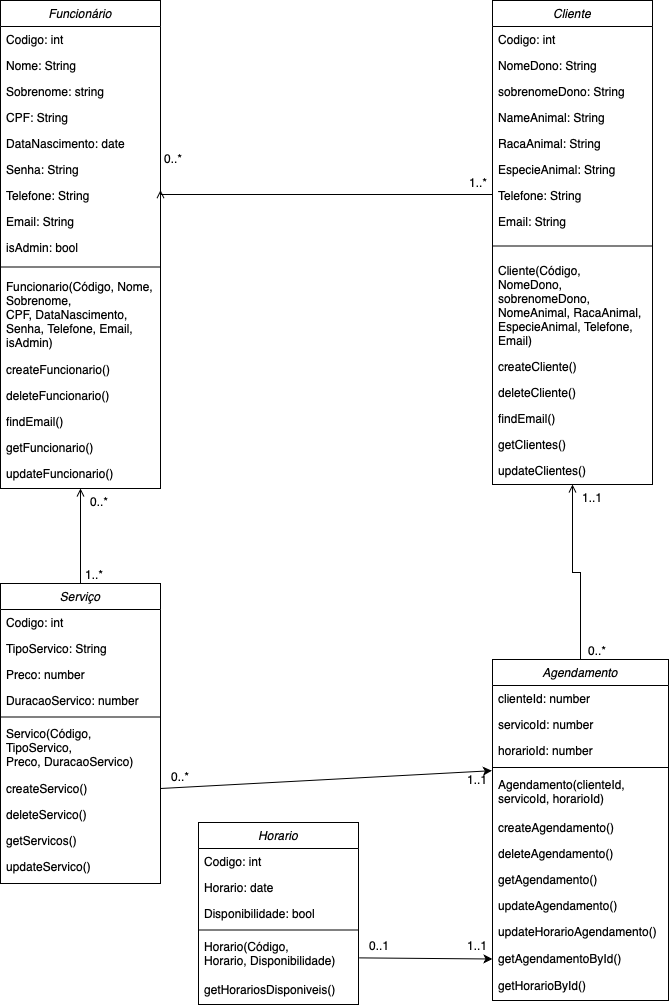
Above: Requisitos/Diagrama de Classes.drawio.png in Bernardo-Bertante/ProjetoPetShop (draw.io), before the change. Source tidied: cells renumbered, new cells last; positions are measured from the earlier drawing's top-left corner, leaving out a move shared by most shapes.
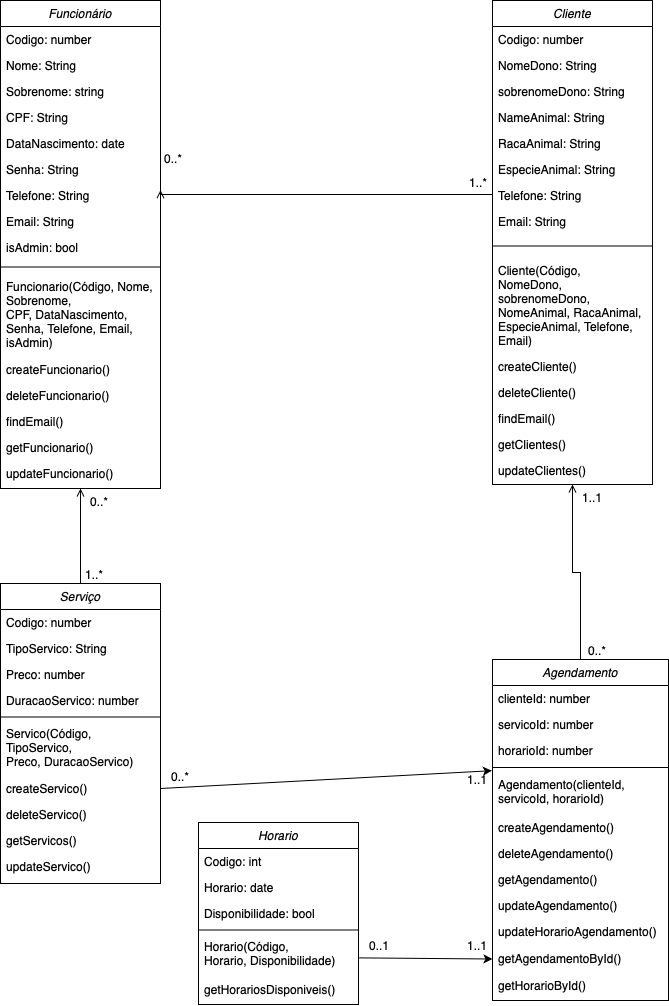
The same file after the commit.

Change to the diagram source:
```diff
@@ -5,7 +5,7 @@
     <mxCell id="2" value="Funcionário" style="swimlane;fontStyle=2;align=center;verticalAlign=top;horizontal=1;startSize=26;rounded=0;shadow=0;strokeWidth=1;" parent="1" vertex="1">
       <mxGeometry width="160" height="488" as="geometry" />
     </mxCell>
-    <mxCell id="3" value="Codigo: int" style="text;align=left;verticalAlign=top;spacingLeft=4;spacingRight=4;overflow=hidden;" parent="2" vertex="1">
+    <mxCell id="3" value="Codigo: number" style="text;align=left;verticalAlign=top;spacingLeft=4;spacingRight=4;overflow=hidden;" parent="2" vertex="1">
       <mxGeometry y="26" width="160" height="26" as="geometry" />
     </mxCell>
     <mxCell id="4" value="Nome: String" style="text;align=left;verticalAlign=top;spacingLeft=4;spacingRight=4;overflow=hidden;" parent="2" vertex="1">
@@ -66,7 +66,7 @@
     <mxCell id="21" value="Cliente" style="swimlane;fontStyle=2;align=center;verticalAlign=top;horizontal=1;startSize=26;rounded=0;shadow=0;strokeWidth=1;" parent="1" vertex="1">
       <mxGeometry x="492" width="160" height="484" as="geometry" />
     </mxCell>
-    <mxCell id="22" value="Codigo: int" style="text;align=left;verticalAlign=top;spacingLeft=4;spacingRight=4;overflow=hidden;" parent="21" vertex="1">
+    <mxCell id="22" value="Codigo: number" style="text;align=left;verticalAlign=top;spacingLeft=4;spacingRight=4;overflow=hidden;" parent="21" vertex="1">
       <mxGeometry y="26" width="160" height="26" as="geometry" />
     </mxCell>
     <mxCell id="23" value="NomeDono: String" style="text;align=left;verticalAlign=top;spacingLeft=4;spacingRight=4;overflow=hidden;" parent="21" vertex="1">
@@ -114,7 +114,7 @@
     <mxCell id="37" value="Serviço" style="swimlane;fontStyle=2;align=center;verticalAlign=top;horizontal=1;startSize=26;rounded=0;shadow=0;strokeWidth=1;" parent="1" vertex="1">
       <mxGeometry y="583" width="160" height="300" as="geometry" />
     </mxCell>
-    <mxCell id="38" value="Codigo: int" style="text;align=left;verticalAlign=top;spacingLeft=4;spacingRight=4;overflow=hidden;" parent="37" vertex="1">
+    <mxCell id="38" value="Codigo: number" style="text;align=left;verticalAlign=top;spacingLeft=4;spacingRight=4;overflow=hidden;" parent="37" vertex="1">
       <mxGeometry y="26" width="160" height="26" as="geometry" />
     </mxCell>
     <mxCell id="39" value="TipoServico: String" style="text;align=left;verticalAlign=top;spacingLeft=4;spacingRight=4;overflow=hidden;" parent="37" vertex="1">
```
